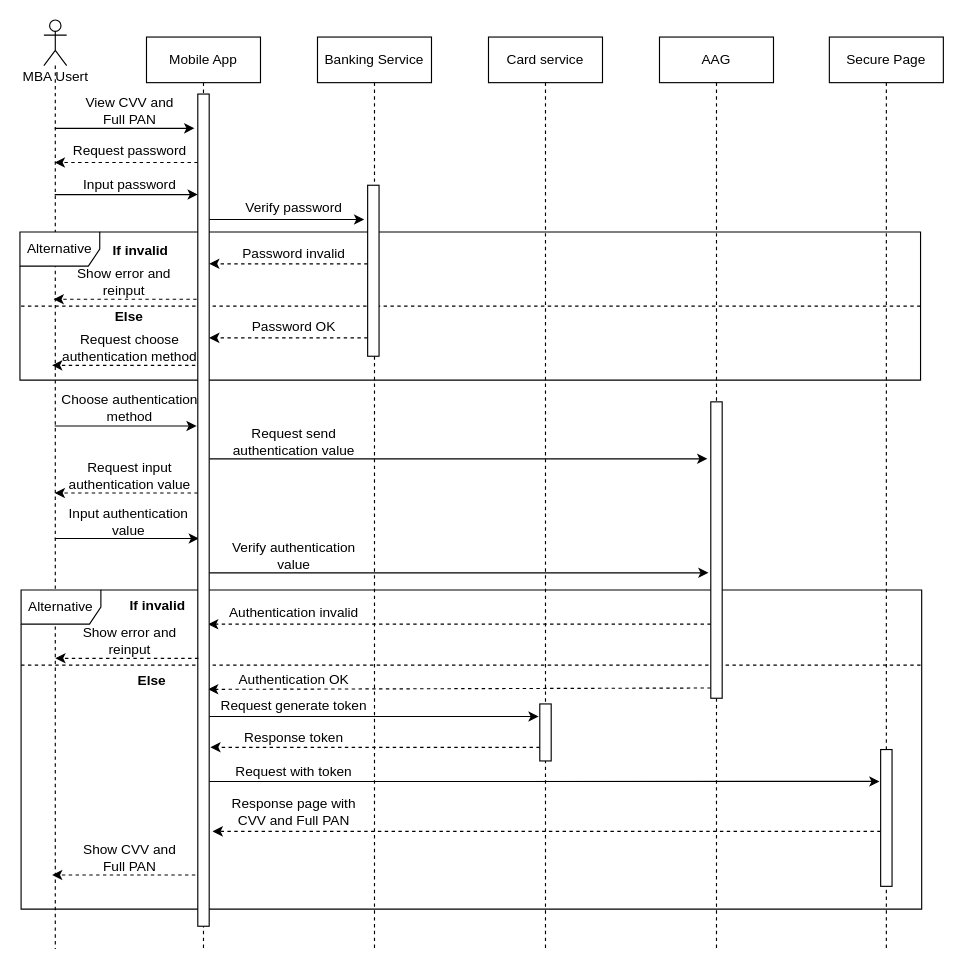
Before: page "View-card-details" (7 of 14) of Sequence Diagram.drawio in lyminh1994/diagram, a draw.io diagram. Source tidied: cells renumbered, new cells numbered last; positions are measured from the earlier drawing's top-left corner, leaving out a move shared by most shapes. Both pictures are drawn from the tidied source at 114%, with x=0, y=0 at pixel (19, 19).
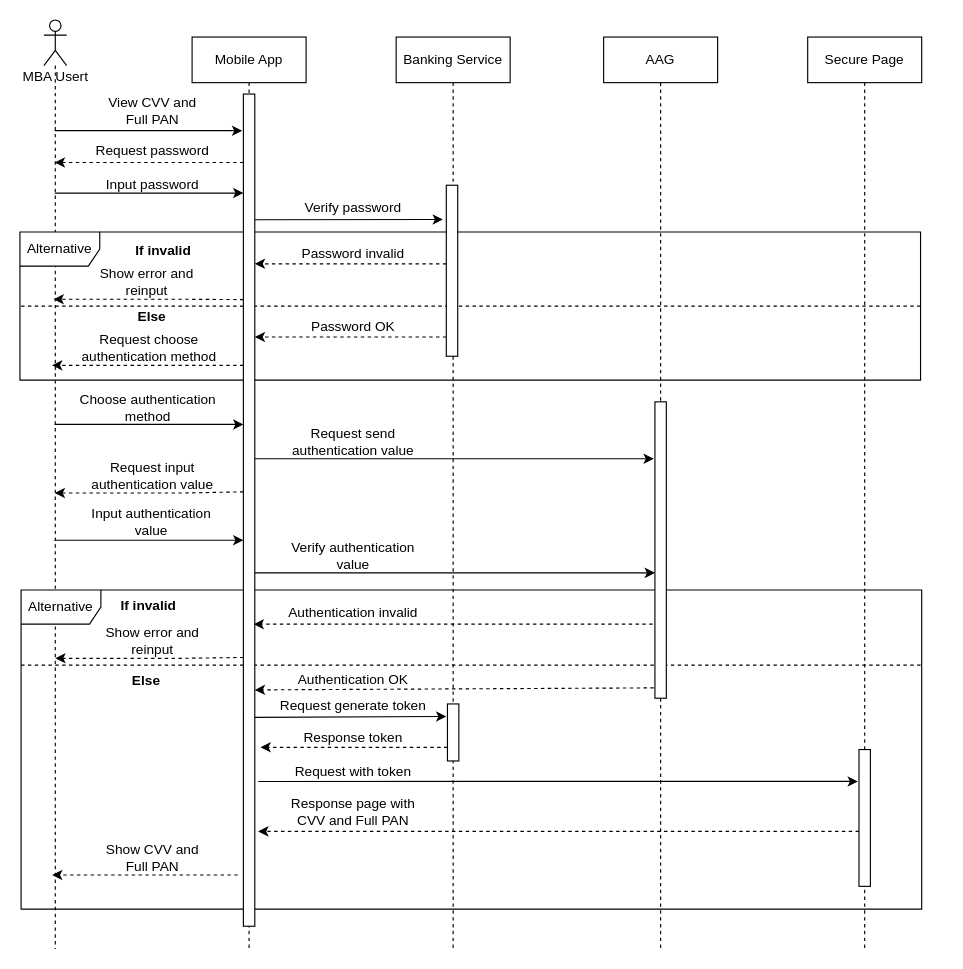
After the change.

Unchanged cells that the change refers to:
```xml
<mxCell id="6" value="MBA Usert" style="shape=umlLifeline;participant=umlActor;perimeter=lifelinePerimeter;html=1;verticalAlign=top;spacingTop=36;outlineConnect=0;strokeColor=#000000;strokeWidth=1;fillColor=none;size=40;" parent="1" vertex="1">
  <mxGeometry x="21" width="20" height="815" as="geometry" />
</mxCell>
```

The edit, as a diff of the source:
```diff
@@
-    <mxCell id="2" style="edgeStyle=none;rounded=0;jettySize=auto;html=1;entryX=-0.3;entryY=0.043;entryDx=0;entryDy=0;entryPerimeter=0;" parent="1" edge="1" source="6">
-      <mxGeometry relative="1" as="geometry">
-        <mxPoint x="153" y="95.1" as="targetPoint" />
-      </mxGeometry>
+    <mxCell id="2" style="edgeStyle=none;rounded=0;jettySize=auto;html=1;entryX=-0.1;entryY=0.044;entryDx=0;entryDy=0;entryPerimeter=0;" parent="1" edge="1" source="6" target="56">
+      <mxGeometry relative="1" as="geometry" />
     </mxCell>
-    <mxCell id="3" style="edgeStyle=none;rounded=0;jettySize=auto;html=1;entryX=0;entryY=0.126;entryDx=0;entryDy=0;entryPerimeter=0;" parent="1" edge="1" source="6">
-      <mxGeometry relative="1" as="geometry">
-        <mxPoint x="156" y="153.2" as="targetPoint" />
-      </mxGeometry>
+    <mxCell id="3" style="edgeStyle=none;rounded=0;jettySize=auto;html=1;entryX=0;entryY=0.119;entryDx=0;entryDy=0;entryPerimeter=0;" parent="1" edge="1" source="6" target="56">
+      <mxGeometry relative="1" as="geometry" />
     </mxCell>
-    <mxCell id="4" style="edgeStyle=none;rounded=0;jettySize=auto;html=1;entryX=-0.1;entryY=0.416;entryDx=0;entryDy=0;entryPerimeter=0;" parent="1" edge="1" source="6">
-      <mxGeometry relative="1" as="geometry">
-        <mxPoint x="155" y="356.2" as="targetPoint" />
-      </mxGeometry>
+    <mxCell id="4" style="edgeStyle=none;rounded=0;jettySize=auto;html=1;entryX=0;entryY=0.397;entryDx=0;entryDy=0;entryPerimeter=0;" parent="1" edge="1" source="6" target="56">
+      <mxGeometry relative="1" as="geometry" />
     </mxCell>
-    <mxCell id="5" style="edgeStyle=none;rounded=0;jettySize=auto;html=1;entryX=0.1;entryY=0.557;entryDx=0;entryDy=0;entryPerimeter=0;" parent="1" edge="1" source="6">
+    <mxCell id="5" style="edgeStyle=none;rounded=0;orthogonalLoop=1;jettySize=auto;html=1;entryX=0;entryY=0.532;entryDx=0;entryDy=0;entryPerimeter=0;" parent="1" edge="1">
       <mxGeometry relative="1" as="geometry">
-        <mxPoint x="157" y="454.9" as="targetPoint" />
+        <mxPoint x="30.5" y="456.4" as="sourcePoint" />
+        <mxPoint x="196" y="456.4" as="targetPoint" />
       </mxGeometry>
     </mxCell>
@@
     <mxCell id="7" value="&lt;span&gt;Mobile App&lt;/span&gt;" style="shape=umlLifeline;perimeter=lifelinePerimeter;whiteSpace=wrap;html=1;rounded=0;shadow=0;strokeColor=#000000;strokeWidth=1;fillColor=none;verticalAlign=middle;" parent="1" vertex="1">
-      <mxGeometry x="111" y="15" width="100" height="800" as="geometry" />
+      <mxGeometry x="151" y="15" width="100" height="800" as="geometry" />
     </mxCell>
-    <mxCell id="8" value="&lt;span&gt;Card service&lt;/span&gt;" style="shape=umlLifeline;perimeter=lifelinePerimeter;whiteSpace=wrap;html=1;rounded=0;shadow=0;strokeColor=#000000;strokeWidth=1;fillColor=none;verticalAlign=middle;" parent="1" vertex="1">
-      <mxGeometry x="411" y="15" width="100" height="800" as="geometry" />
-    </mxCell>
     <mxCell id="9" value="&lt;span&gt;Banking Service&lt;/span&gt;" style="shape=umlLifeline;perimeter=lifelinePerimeter;whiteSpace=wrap;html=1;rounded=0;shadow=0;strokeColor=#000000;strokeWidth=1;fillColor=none;verticalAlign=middle;" parent="1" vertex="1">
-      <mxGeometry x="261" y="15" width="100" height="800" as="geometry" />
+      <mxGeometry x="330" y="15" width="100" height="800" as="geometry" />
     </mxCell>
     <mxCell id="10" value="AAG" style="shape=umlLifeline;perimeter=lifelinePerimeter;whiteSpace=wrap;html=1;" parent="1" vertex="1">
-      <mxGeometry x="561" y="15" width="100" height="800" as="geometry" />
+      <mxGeometry x="512" y="15" width="100" height="800" as="geometry" />
     </mxCell>
     <mxCell id="11" value="View CVV and&lt;br&gt;Full PAN" style="text;html=1;align=center;verticalAlign=middle;strokeColor=none;fontSize=12;" parent="1" vertex="1">
-      <mxGeometry x="51" y="65" width="90" height="30" as="geometry" />
+      <mxGeometry x="71" y="65" width="90" height="30" as="geometry" />
     </mxCell>
     <mxCell id="12" value="Request password" style="text;html=1;align=center;verticalAlign=middle;strokeColor=none;fontSize=12;" parent="1" vertex="1">
-      <mxGeometry x="41" y="105" width="110" height="20" as="geometry" />
+      <mxGeometry x="61" y="105" width="110" height="20" as="geometry" />
     </mxCell>
     <mxCell id="13" value="Input password" style="text;html=1;align=center;verticalAlign=middle;strokeColor=none;fontSize=12;" parent="1" vertex="1">
-      <mxGeometry x="46" y="135" width="100" height="20" as="geometry" />
+      <mxGeometry x="66" y="135" width="100" height="20" as="geometry" />
     </mxCell>
     <mxCell id="14" value="Verify password" style="text;html=1;align=center;verticalAlign=middle;strokeColor=none;fontSize=12;" parent="1" vertex="1">
-      <mxGeometry x="190" y="155" width="100" height="20" as="geometry" />
+      <mxGeometry x="242" y="155" width="100" height="20" as="geometry" />
     </mxCell>
@@
     <mxCell id="16" value="Choose authentication &lt;br&gt;method" style="text;html=1;align=center;verticalAlign=middle;strokeColor=none;fontSize=12;" parent="1" vertex="1">
-      <mxGeometry x="31" y="325" width="130" height="30" as="geometry" />
+      <mxGeometry x="47" y="325" width="130" height="30" as="geometry" />
     </mxCell>
     <mxCell id="17" value="Request send &lt;br&gt;authentication value" style="text;html=1;align=center;verticalAlign=middle;strokeColor=none;fontSize=12;" parent="1" vertex="1">
-      <mxGeometry x="180" y="355" width="120" height="30" as="geometry" />
+      <mxGeometry x="232" y="355" width="120" height="30" as="geometry" />
     </mxCell>
     <mxCell id="18" value="Request input&lt;br&gt;authentication value" style="text;html=1;align=center;verticalAlign=middle;strokeColor=none;fontSize=12;" parent="1" vertex="1">
-      <mxGeometry x="36" y="385" width="120" height="30" as="geometry" />
+      <mxGeometry x="56" y="385" width="120" height="30" as="geometry" />
     </mxCell>
     <mxCell id="19" value="Verify authentication &lt;br&gt;value" style="text;html=1;align=center;verticalAlign=middle;strokeColor=none;fontSize=12;" parent="1" vertex="1">
-      <mxGeometry x="180" y="455" width="120" height="30" as="geometry" />
+      <mxGeometry x="232" y="455" width="120" height="30" as="geometry" />
     </mxCell>
@@
     <mxCell id="21" value="Authentication&amp;nbsp;invalid" style="text;html=1;align=center;verticalAlign=middle;strokeColor=none;fontSize=12;" parent="1" vertex="1">
-      <mxGeometry x="175" y="510" width="130" height="20" as="geometry" />
+      <mxGeometry x="227" y="510" width="130" height="20" as="geometry" />
     </mxCell>
     <mxCell id="22" value="Show error and&lt;br&gt;reinput" style="text;html=1;align=center;verticalAlign=middle;strokeColor=none;fontSize=12;" parent="1" vertex="1">
-      <mxGeometry x="46" y="530" width="100" height="30" as="geometry" />
+      <mxGeometry x="66" y="530" width="100" height="30" as="geometry" />
     </mxCell>
     <mxCell id="23" value="Authentication&amp;nbsp;OK" style="text;html=1;align=center;verticalAlign=middle;strokeColor=none;fontSize=12;" parent="1" vertex="1">
-      <mxGeometry x="185" y="569" width="110" height="20" as="geometry" />
+      <mxGeometry x="237" y="569" width="110" height="20" as="geometry" />
     </mxCell>
@@
     <mxCell id="25" value="If invalid" style="text;align=center;fontStyle=1;verticalAlign=middle;spacingLeft=3;spacingRight=3;strokeColor=none;fontSize=12;" parent="1" vertex="1">
-      <mxGeometry x="81" y="500" width="80" height="26" as="geometry" />
+      <mxGeometry x="73" y="500" width="80" height="26" as="geometry" />
     </mxCell>
     <mxCell id="26" value="Else" style="text;align=center;fontStyle=1;verticalAlign=middle;spacingLeft=3;spacingRight=3;strokeColor=none;fontSize=12;" parent="1" vertex="1">
-      <mxGeometry x="76" y="566" width="80" height="26" as="geometry" />
+      <mxGeometry x="71" y="566" width="80" height="26" as="geometry" />
     </mxCell>
@@
     <mxCell id="28" value="Response page with &lt;br&gt;CVV and&amp;nbsp;Full PAN" style="text;html=1;align=center;verticalAlign=middle;strokeColor=none;" parent="1" vertex="1">
-      <mxGeometry x="180" y="680" width="120" height="30" as="geometry" />
+      <mxGeometry x="232" y="680" width="120" height="30" as="geometry" />
     </mxCell>
     <mxCell id="29" value="Show CVV and&lt;br&gt;Full PAN" style="text;html=1;align=center;verticalAlign=middle;strokeColor=none;" parent="1" vertex="1">
-      <mxGeometry x="46" y="720" width="100" height="30" as="geometry" />
+      <mxGeometry x="66" y="720" width="100" height="30" as="geometry" />
     </mxCell>
     <mxCell id="30" value="Request generate token" style="text;html=1;align=center;verticalAlign=middle;strokeColor=none;" parent="1" vertex="1">
-      <mxGeometry x="170" y="592" width="140" height="20" as="geometry" />
+      <mxGeometry x="222" y="592" width="140" height="20" as="geometry" />
     </mxCell>
     <mxCell id="31" value="Response token" style="text;html=1;align=center;verticalAlign=middle;strokeColor=none;" parent="1" vertex="1">
-      <mxGeometry x="190" y="620" width="100" height="20" as="geometry" />
+      <mxGeometry x="242" y="620" width="100" height="20" as="geometry" />
     </mxCell>
     <mxCell id="32" value="Request with token" style="text;html=1;align=center;verticalAlign=middle;strokeColor=none;" parent="1" vertex="1">
-      <mxGeometry x="180" y="650" width="120" height="20" as="geometry" />
+      <mxGeometry x="232" y="650" width="120" height="20" as="geometry" />
     </mxCell>
     <mxCell id="33" value="Secure Page" style="shape=umlLifeline;perimeter=lifelinePerimeter;whiteSpace=wrap;html=1;verticalAlign=middle;" parent="1" vertex="1">
-      <mxGeometry x="710" y="15" width="100" height="800" as="geometry" />
+      <mxGeometry x="691" y="15" width="100" height="800" as="geometry" />
     </mxCell>
     <mxCell id="34" value="Password invalid" style="text;html=1;align=center;verticalAlign=middle;strokeColor=none;fontSize=12;" parent="1" vertex="1">
-      <mxGeometry x="185" y="195" width="110" height="20" as="geometry" />
+      <mxGeometry x="237" y="195" width="110" height="20" as="geometry" />
     </mxCell>
     <mxCell id="35" value="Show error and&lt;br&gt;reinput" style="text;html=1;align=center;verticalAlign=middle;strokeColor=none;fontSize=12;" parent="1" vertex="1">
-      <mxGeometry x="41" y="215" width="100" height="30" as="geometry" />
+      <mxGeometry x="61" y="215" width="100" height="30" as="geometry" />
     </mxCell>
     <mxCell id="36" value="Password OK" style="text;html=1;align=center;verticalAlign=middle;strokeColor=none;fontSize=12;" parent="1" vertex="1">
-      <mxGeometry x="195" y="259" width="90" height="20" as="geometry" />
+      <mxGeometry x="247" y="259" width="90" height="20" as="geometry" />
     </mxCell>
     <mxCell id="37" value="If invalid" style="text;align=center;fontStyle=1;verticalAlign=middle;spacingLeft=3;spacingRight=3;strokeColor=none;fontSize=12;" parent="1" vertex="1">
-      <mxGeometry x="66" y="189" width="80" height="26" as="geometry" />
+      <mxGeometry x="86" y="189" width="80" height="26" as="geometry" />
     </mxCell>
     <mxCell id="38" value="Request choose&lt;br&gt;authentication method" style="text;html=1;align=center;verticalAlign=middle;strokeColor=none;fontSize=12;" parent="1" vertex="1">
-      <mxGeometry x="31" y="273" width="130" height="30" as="geometry" />
+      <mxGeometry x="48" y="273" width="130" height="30" as="geometry" />
     </mxCell>
     <mxCell id="39" value="Else" style="text;align=center;fontStyle=1;verticalAlign=middle;spacingLeft=3;spacingRight=3;strokeColor=none;fontSize=12;" parent="1" vertex="1">
-      <mxGeometry x="56" y="247" width="80" height="26" as="geometry" />
+      <mxGeometry x="76" y="247" width="80" height="26" as="geometry" />
     </mxCell>
-    <mxCell id="40" style="edgeStyle=none;rounded=0;jettySize=auto;html=1;entryX=-0.3;entryY=0.2;entryDx=0;entryDy=0;entryPerimeter=0;" parent="1" edge="1" target="45">
-      <mxGeometry relative="1" as="geometry">
-        <mxPoint x="166" y="175" as="sourcePoint" />
-      </mxGeometry>
+    <mxCell id="40" style="edgeStyle=none;rounded=0;jettySize=auto;html=1;entryX=-0.3;entryY=0.2;entryDx=0;entryDy=0;entryPerimeter=0;exitX=1;exitY=0.151;exitDx=0;exitDy=0;exitPerimeter=0;" parent="1" edge="1" source="56" target="45">
+      <mxGeometry relative="1" as="geometry" />
     </mxCell>
-    <mxCell id="41" style="edgeStyle=none;rounded=0;jettySize=auto;html=1;entryX=-0.1;entryY=0.22;entryDx=0;entryDy=0;entryPerimeter=0;" parent="1" edge="1" target="49">
-      <mxGeometry relative="1" as="geometry">
-        <mxPoint x="166" y="611" as="sourcePoint" />
-      </mxGeometry>
+    <mxCell id="41" style="edgeStyle=none;rounded=0;jettySize=auto;html=1;entryX=-0.1;entryY=0.22;entryDx=0;entryDy=0;entryPerimeter=0;exitX=0;exitY=0.749;exitDx=0;exitDy=0;exitPerimeter=0;" parent="1" edge="1" source="56" target="49">
+      <mxGeometry relative="1" as="geometry" />
     </mxCell>
-    <mxCell id="42" style="edgeStyle=none;rounded=0;jettySize=auto;html=1;entryX=-0.1;entryY=0.233;entryDx=0;entryDy=0;entryPerimeter=0;" parent="1" edge="1" target="51">
-      <mxGeometry relative="1" as="geometry">
-        <mxPoint x="166" y="668" as="sourcePoint" />
-      </mxGeometry>
+    <mxCell id="42" style="edgeStyle=none;rounded=0;jettySize=auto;html=1;entryX=-0.1;entryY=0.233;entryDx=0;entryDy=0;entryPerimeter=0;exitX=1.3;exitY=0.826;exitDx=0;exitDy=0;exitPerimeter=0;" parent="1" edge="1" source="56" target="51">
+      <mxGeometry relative="1" as="geometry" />
     </mxCell>
@@
-    <mxCell id="44" style="edgeStyle=none;rounded=0;jettySize=auto;html=1;entryX=1;entryY=0.293;entryDx=0;entryDy=0;entryPerimeter=0;dashed=1;" parent="1" edge="1" source="45" target="56">
+    <mxCell id="44" style="edgeStyle=none;rounded=0;jettySize=auto;html=1;entryX=1;entryY=0.292;entryDx=0;entryDy=0;entryPerimeter=0;dashed=1;" parent="1" edge="1" source="45" target="56">
       <mxGeometry relative="1" as="geometry" />
     </mxCell>
     <mxCell id="45" style="html=1;points=[];perimeter=orthogonalPerimeter;" parent="1" vertex="1">
-      <mxGeometry x="305" y="145" width="10" height="150" as="geometry" />
+      <mxGeometry x="374" y="145" width="10" height="150" as="geometry" />
     </mxCell>
-    <mxCell id="46" style="edgeStyle=none;rounded=0;jettySize=auto;html=1;entryX=0.9;entryY=0.637;entryDx=0;entryDy=0;entryPerimeter=0;dashed=1;" parent="1" edge="1" target="56">
-      <mxGeometry relative="1" as="geometry">
-        <mxPoint x="606" y="530" as="sourcePoint" />
-      </mxGeometry>
+    <mxCell id="46" style="edgeStyle=none;rounded=0;jettySize=auto;html=1;entryX=0.9;entryY=0.637;entryDx=0;entryDy=0;entryPerimeter=0;dashed=1;exitX=-0.2;exitY=0.75;exitDx=0;exitDy=0;exitPerimeter=0;" parent="1" edge="1" source="62" target="56">
+      <mxGeometry relative="1" as="geometry" />
     </mxCell>
-    <mxCell id="47" style="edgeStyle=none;rounded=0;orthogonalLoop=1;jettySize=auto;html=1;entryX=0.9;entryY=0.714;entryDx=0;entryDy=0;entryPerimeter=0;dashed=1;" parent="1" edge="1">
-      <mxGeometry relative="1" as="geometry">
-        <mxPoint x="606" y="586" as="sourcePoint" />
-        <mxPoint x="165" y="587.2" as="targetPoint" />
-      </mxGeometry>
+    <mxCell id="47" style="edgeStyle=none;rounded=0;jettySize=auto;html=1;entryX=1;entryY=0.716;entryDx=0;entryDy=0;entryPerimeter=0;dashed=1;exitX=-0.1;exitY=0.965;exitDx=0;exitDy=0;exitPerimeter=0;" parent="1" edge="1" source="62" target="56">
+      <mxGeometry relative="1" as="geometry" />
     </mxCell>
-    <mxCell id="48" style="edgeStyle=none;rounded=0;jettySize=auto;html=1;entryX=1.1;entryY=0.785;entryDx=0;entryDy=0;entryPerimeter=0;dashed=1;" parent="1" edge="1" source="49" target="56">
+    <mxCell id="48" style="edgeStyle=none;rounded=0;jettySize=auto;html=1;entryX=1.5;entryY=0.785;entryDx=0;entryDy=0;entryPerimeter=0;dashed=1;" parent="1" edge="1" source="49" target="56">
       <mxGeometry relative="1" as="geometry" />
     </mxCell>
     <mxCell id="49" style="html=1;points=[];perimeter=orthogonalPerimeter;" parent="1" vertex="1">
-      <mxGeometry x="456" y="600" width="10" height="50" as="geometry" />
+      <mxGeometry x="375" y="600" width="10" height="50" as="geometry" />
     </mxCell>
@@
     <mxCell id="51" style="html=1;points=[];perimeter=orthogonalPerimeter;" parent="1" vertex="1">
-      <mxGeometry x="755" y="640" width="10" height="120" as="geometry" />
+      <mxGeometry x="736" y="640" width="10" height="120" as="geometry" />
     </mxCell>
     <mxCell id="52" value="Input authentication&lt;br&gt;value" style="text;html=1;align=center;verticalAlign=middle;strokeColor=none;fontSize=12;" parent="1" vertex="1">
-      <mxGeometry x="35" y="425" width="120" height="30" as="geometry" />
+      <mxGeometry x="55" y="425" width="120" height="30" as="geometry" />
     </mxCell>
-    <mxCell id="53" style="edgeStyle=none;rounded=0;jettySize=auto;html=1;entryX=-0.2;entryY=0.6;entryDx=0;entryDy=0;entryPerimeter=0;" parent="1" edge="1" source="56">
-      <mxGeometry relative="1" as="geometry">
-        <mxPoint x="604" y="485" as="targetPoint" />
-      </mxGeometry>
+    <mxCell id="53" style="edgeStyle=none;rounded=0;jettySize=auto;html=1;entryX=0;entryY=0.577;entryDx=0;entryDy=0;entryPerimeter=0;" parent="1" edge="1" source="56" target="62">
+      <mxGeometry relative="1" as="geometry" />
     </mxCell>
@@
-    <mxCell id="55" style="edgeStyle=none;rounded=0;jettySize=auto;html=1;entryX=-0.3;entryY=0.2;entryDx=0;entryDy=0;entryPerimeter=0;" parent="1" edge="1" source="56">
-      <mxGeometry relative="1" as="geometry">
-        <mxPoint x="603" y="385" as="targetPoint" />
-      </mxGeometry>
+    <mxCell id="55" style="edgeStyle=none;rounded=0;jettySize=auto;html=1;entryX=-0.1;entryY=0.192;entryDx=0;entryDy=0;entryPerimeter=0;" parent="1" edge="1" source="56" target="62">
+      <mxGeometry relative="1" as="geometry" />
     </mxCell>
     <mxCell id="56" style="html=1;points=[];perimeter=orthogonalPerimeter;" parent="1" vertex="1">
-      <mxGeometry x="156" y="65" width="10" height="730" as="geometry" />
+      <mxGeometry x="196" y="65" width="10" height="730" as="geometry" />
     </mxCell>
-    <mxCell id="57" style="edgeStyle=none;rounded=0;orthogonalLoop=1;jettySize=auto;html=1;dashed=1;" parent="1" edge="1">
+    <mxCell id="57" style="edgeStyle=none;rounded=0;jettySize=auto;html=1;dashed=1;exitX=0;exitY=0.326;exitDx=0;exitDy=0;exitPerimeter=0;" parent="1" edge="1" source="56">
       <mxGeometry relative="1" as="geometry">
-        <mxPoint x="153.8" y="303" as="sourcePoint" />
         <mxPoint x="28.2" y="303" as="targetPoint" />
         <Array as="points">
           <mxPoint x="138.8" y="303" />
         </Array>
       </mxGeometry>
     </mxCell>
-    <mxCell id="58" style="edgeStyle=none;rounded=0;orthogonalLoop=1;jettySize=auto;html=1;dashed=1;" parent="1" edge="1">
+    <mxCell id="58" style="edgeStyle=none;rounded=0;jettySize=auto;html=1;dashed=1;exitX=0;exitY=0.478;exitDx=0;exitDy=0;exitPerimeter=0;" parent="1" edge="1" source="56">
       <mxGeometry relative="1" as="geometry">
-        <mxPoint x="156" y="415" as="sourcePoint" />
         <mxPoint x="30.5" y="415" as="targetPoint" />
         <Array as="points">
           <mxPoint x="141" y="415" />
         </Array>
       </mxGeometry>
     </mxCell>
-    <mxCell id="59" style="edgeStyle=none;rounded=0;orthogonalLoop=1;jettySize=auto;html=1;dashed=1;" parent="1" edge="1">
+    <mxCell id="59" style="edgeStyle=none;rounded=0;jettySize=auto;html=1;dashed=1;exitX=0;exitY=0.677;exitDx=0;exitDy=0;exitPerimeter=0;" parent="1" edge="1" source="56">
       <mxGeometry relative="1" as="geometry">
-        <mxPoint x="156.5" y="560" as="sourcePoint" />
         <mxPoint x="31" y="560" as="targetPoint" />
         <Array as="points">
           <mxPoint x="141.5" y="560" />
         </Array>
       </mxGeometry>
     </mxCell>
     <mxCell id="60" style="edgeStyle=none;rounded=0;orthogonalLoop=1;jettySize=auto;html=1;dashed=1;" parent="1" edge="1">
       <mxGeometry relative="1" as="geometry">
-        <mxPoint x="153.8" y="750" as="sourcePoint" />
+        <mxPoint x="191" y="750" as="sourcePoint" />
         <mxPoint x="28.2" y="750" as="targetPoint" />
         <Array as="points">
           <mxPoint x="138.8" y="750" />
         </Array>
       </mxGeometry>
     </mxCell>
-    <mxCell id="61" style="edgeStyle=none;rounded=0;orthogonalLoop=1;jettySize=auto;html=1;dashed=1;" parent="1" edge="1">
+    <mxCell id="61" style="edgeStyle=none;rounded=0;jettySize=auto;html=1;dashed=1;exitX=0;exitY=0.247;exitDx=0;exitDy=0;exitPerimeter=0;" parent="1" edge="1" source="56">
       <mxGeometry relative="1" as="geometry">
-        <mxPoint x="155" y="245" as="sourcePoint" />
         <mxPoint x="29.5" y="245" as="targetPoint" />
         <Array as="points">
           <mxPoint x="140" y="245" />
         </Array>
       </mxGeometry>
     </mxCell>
     <mxCell id="62" style="html=1;points=[];perimeter=orthogonalPerimeter;" parent="1" vertex="1">
-      <mxGeometry x="606" y="335" width="10" height="260" as="geometry" />
+      <mxGeometry x="557" y="335" width="10" height="260" as="geometry" />
     </mxCell>
```
